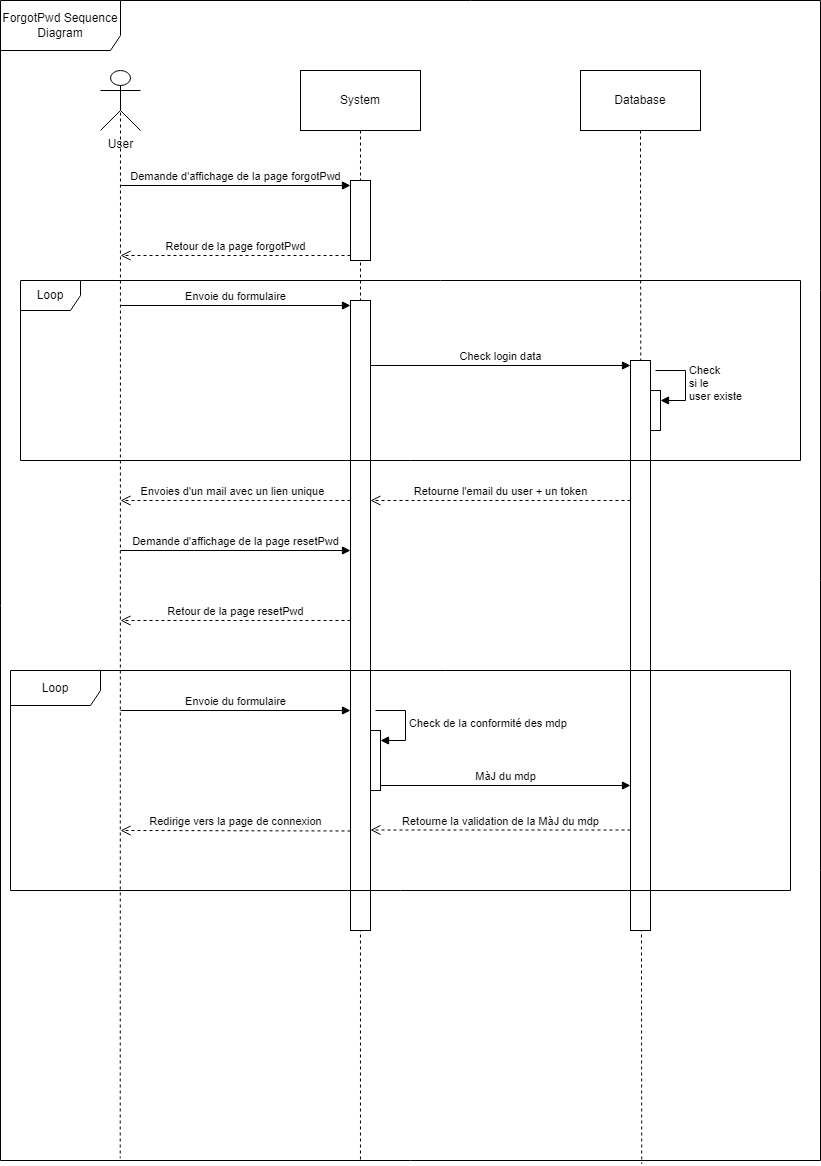
Axel92290/Projet_blog_php keeps this draw.io diagram as diagrammes/DDS_ForgotPwdSequence.png. Above is the earlier version. Source tidied: cells renumbered, new cells last; positions are measured from the earlier drawing's top-left corner, leaving out a move shared by most shapes.
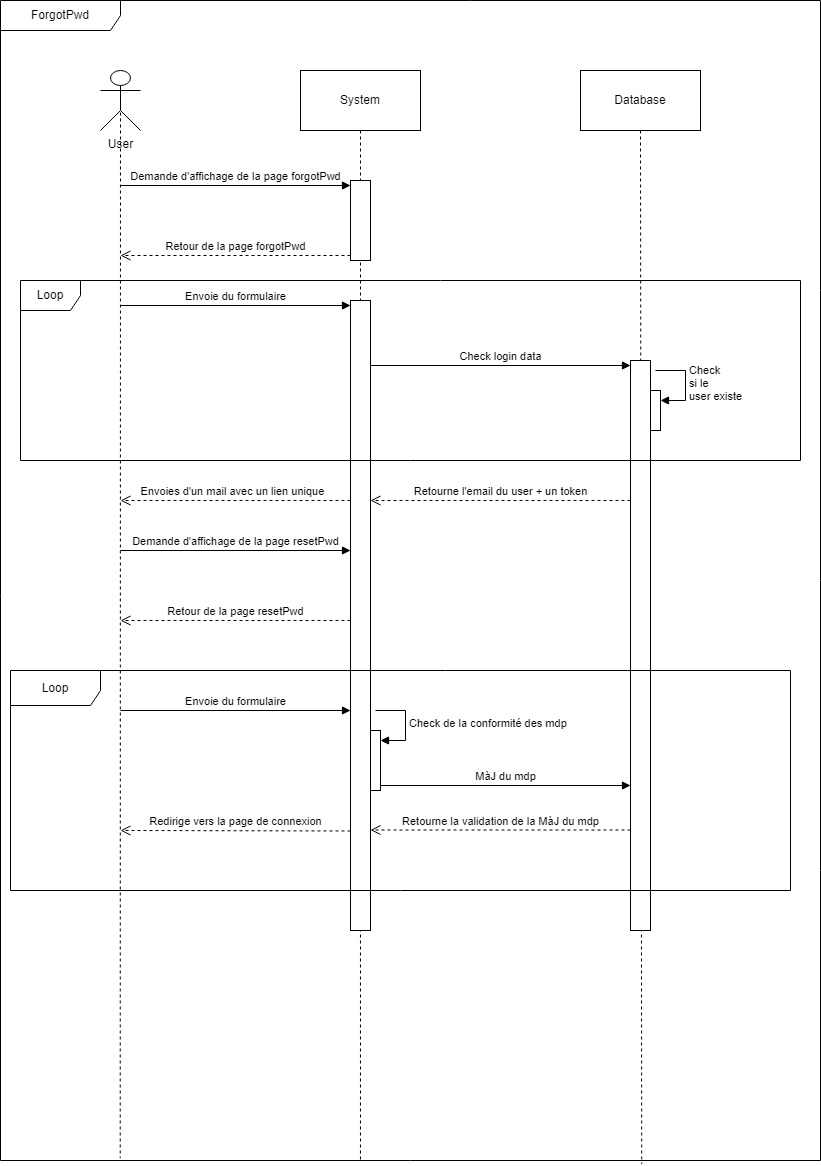
Above is the later version.

Change to the diagram source:
```diff
@@ -20,7 +20,7 @@
     <mxCell id="7" value="Database" style="rounded=0;whiteSpace=wrap;html=1;" parent="1" vertex="1">
       <mxGeometry x="580" y="70" width="120" height="60" as="geometry" />
     </mxCell>
-    <mxCell id="8" value="ForgotPwd Sequence Diagram" style="shape=umlFrame;whiteSpace=wrap;html=1;width=120;height=50;" parent="1" vertex="1">
+    <mxCell id="8" value="ForgotPwd" style="shape=umlFrame;whiteSpace=wrap;html=1;width=120;height=30;" parent="1" vertex="1">
       <mxGeometry width="820" height="1160" as="geometry" />
     </mxCell>
     <mxCell id="9" style="html=1;points=[[0,0,0,0,5],[0,1,0,0,-5],[1,0,0,0,5],[1,1,0,0,-5]];perimeter=orthogonalPerimeter;outlineConnect=0;targetShapes=umlLifeline;portConstraint=eastwest;newEdgeStyle={&quot;curved&quot;:0,&quot;rounded&quot;:0};" parent="1" vertex="1">
```
